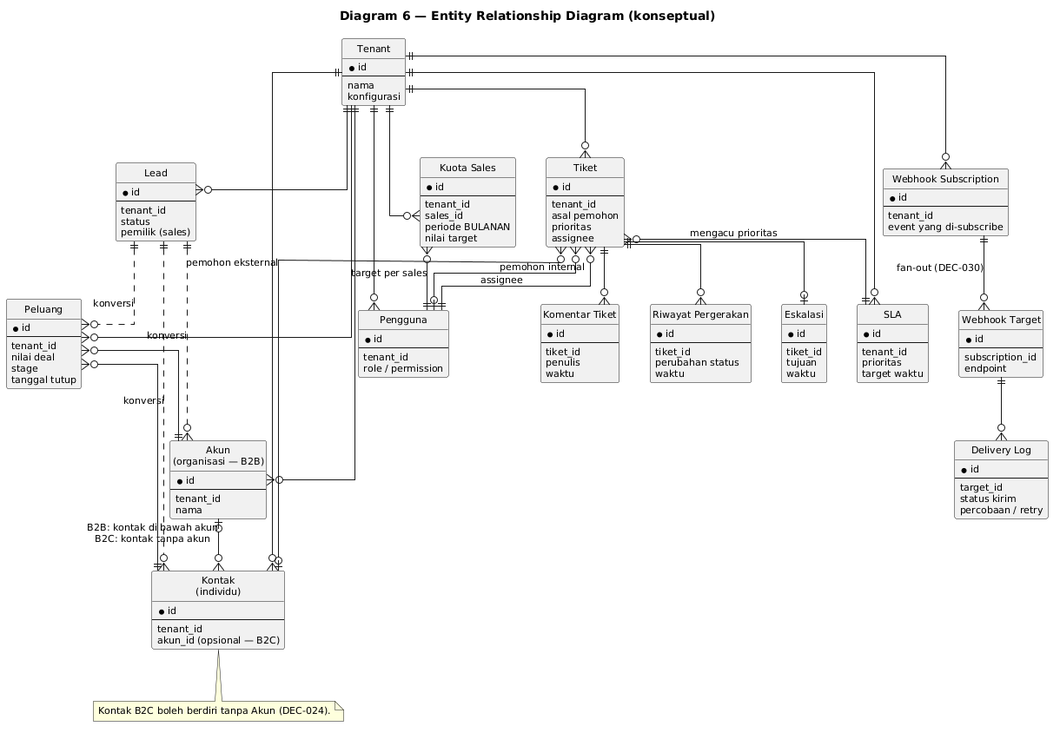
yudha-tlab/ai-os-knowledge keeps this PlantUML diagram as knowledge/projects/bootcamp-crm/requirements/brd/diagrams/06-erd.png. Above is the earlier version.
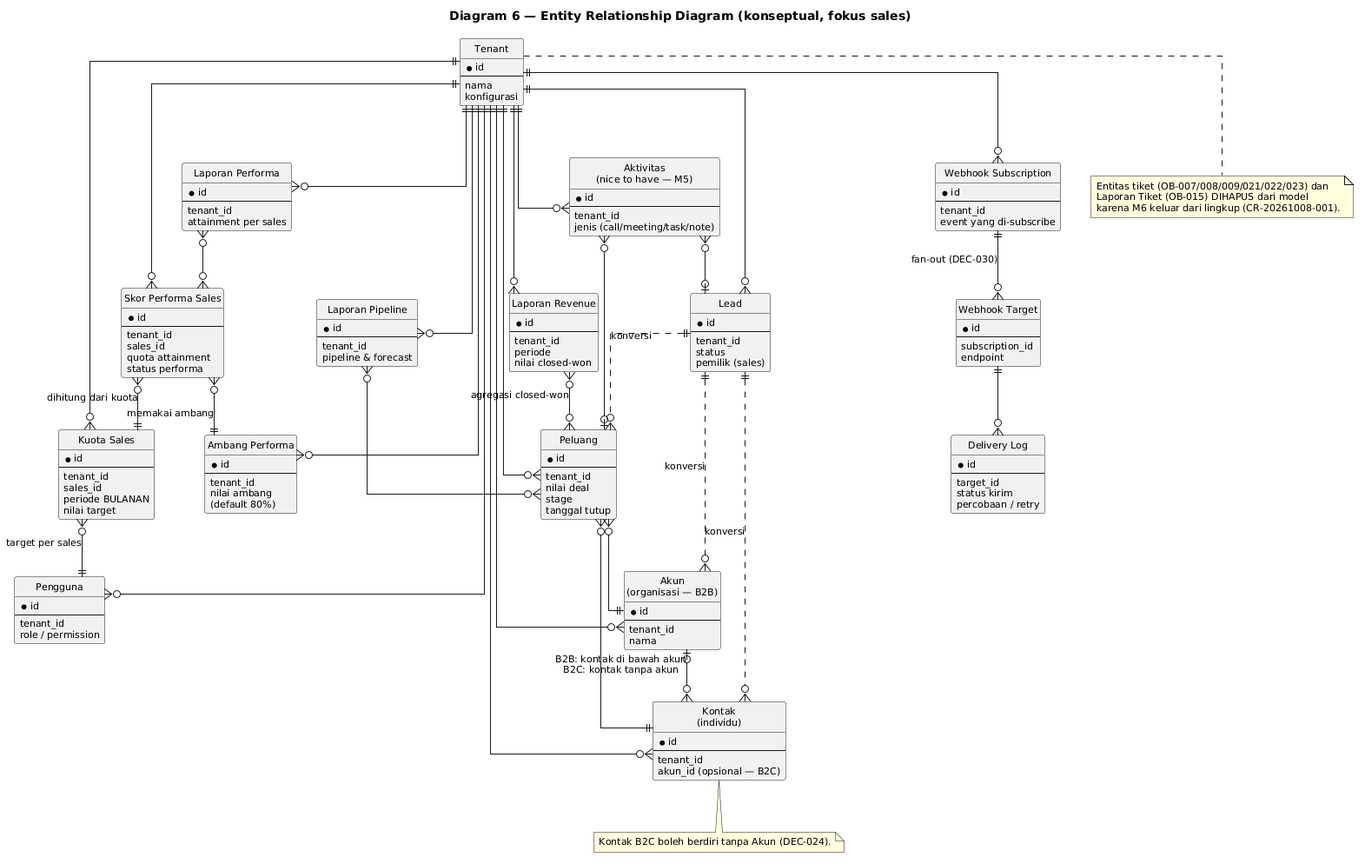
The same file after the commit.

What changed in the source:
```diff
@@ -1,5 +1,5 @@
 @startuml
-title Diagram 6 — Entity Relationship Diagram (konseptual)
+title Diagram 6 — Entity Relationship Diagram (konseptual, fokus sales)
 
 skinparam shadowing false
 skinparam linetype ortho
@@ -60,45 +60,50 @@
   nilai target
 }
 
-entity "Tiket" as TIK {
+entity "Skor Performa Sales" as SKOR {
   * id
   --
   tenant_id
-  asal pemohon
-  prioritas
-  assignee
+  sales_id
+  quota attainment
+  status performa
 }
 
-entity "Komentar Tiket" as KOM {
-  * id
-  --
-  tiket_id
-  penulis
-  waktu
-}
-
-entity "Riwayat Pergerakan" as RIW {
-  * id
-  --
-  tiket_id
-  perubahan status
-  waktu
-}
-
-entity "Eskalasi" as ESK {
-  * id
-  --
-  tiket_id
-  tujuan
-  waktu
-}
-
-entity "SLA" as SLA {
+entity "Ambang Performa" as AMB {
   * id
   --
   tenant_id
-  prioritas
-  target waktu
+  nilai ambang
+  (default 80%)
+}
+
+entity "Laporan Revenue" as LRV {
+  * id
+  --
+  tenant_id
+  periode
+  nilai closed-won
+}
+
+entity "Laporan Pipeline" as LPL {
+  * id
+  --
+  tenant_id
+  pipeline & forecast
+}
+
+entity "Laporan Performa" as LPF {
+  * id
+  --
+  tenant_id
+  attainment per sales
+}
+
+entity "Aktivitas\n(nice to have — M5)" as AKT {
+  * id
+  --
+  tenant_id
+  jenis (call/meeting/task/note)
 }
 
 entity "Webhook Subscription" as SUB {
@@ -128,10 +133,14 @@
 TEN ||--o{ KON
 TEN ||--o{ LEAD
 TEN ||--o{ PEL
-TEN ||--o{ TIK
-TEN ||--o{ SLA
+TEN ||--o{ KUO
+TEN ||--o{ SKOR
+TEN ||--o{ AMB
+TEN ||--o{ LRV
+TEN ||--o{ LPL
+TEN ||--o{ LPF
+TEN ||--o{ AKT
 TEN ||--o{ SUB
-TEN ||--o{ KUO
 
 AKN |o--o{ KON : "B2B: kontak di bawah akun\nB2C: kontak tanpa akun"
 LEAD ||..o{ KON : konversi
@@ -140,14 +149,13 @@
 PEL }o--|| AKN
 PEL }o--|| KON
 KUO }o--|| USR : target per sales
-
-TIK ||--o{ KOM
-TIK ||--o{ RIW
-TIK ||--o| ESK
-TIK }o--|| SLA : mengacu prioritas
-TIK }o--o| KON : pemohon eksternal
-TIK }o--o| USR : pemohon internal
-TIK }o--|| USR : assignee
+SKOR }o--|| KUO : dihitung dari kuota
+SKOR }o--|| AMB : memakai ambang
+LRV }o--o{ PEL : agregasi closed-won
+LPL }o--o{ PEL
+LPF }o--o{ SKOR
+AKT }o--o| PEL
+AKT }o--o| LEAD
 
 SUB ||--o{ WTG : fan-out (DEC-030)
 WTG ||--o{ LOG
@@ -155,4 +163,10 @@
 note bottom of KON
   Kontak B2C boleh berdiri tanpa Akun (DEC-024).
 end note
+
+note bottom of TEN
+  Entitas tiket (OB-007/008/009/021/022/023) dan
+  Laporan Tiket (OB-015) DIHAPUS dari model
+  karena M6 keluar dari lingkup (CR-20261008-001).
+end note
 @enduml
```
